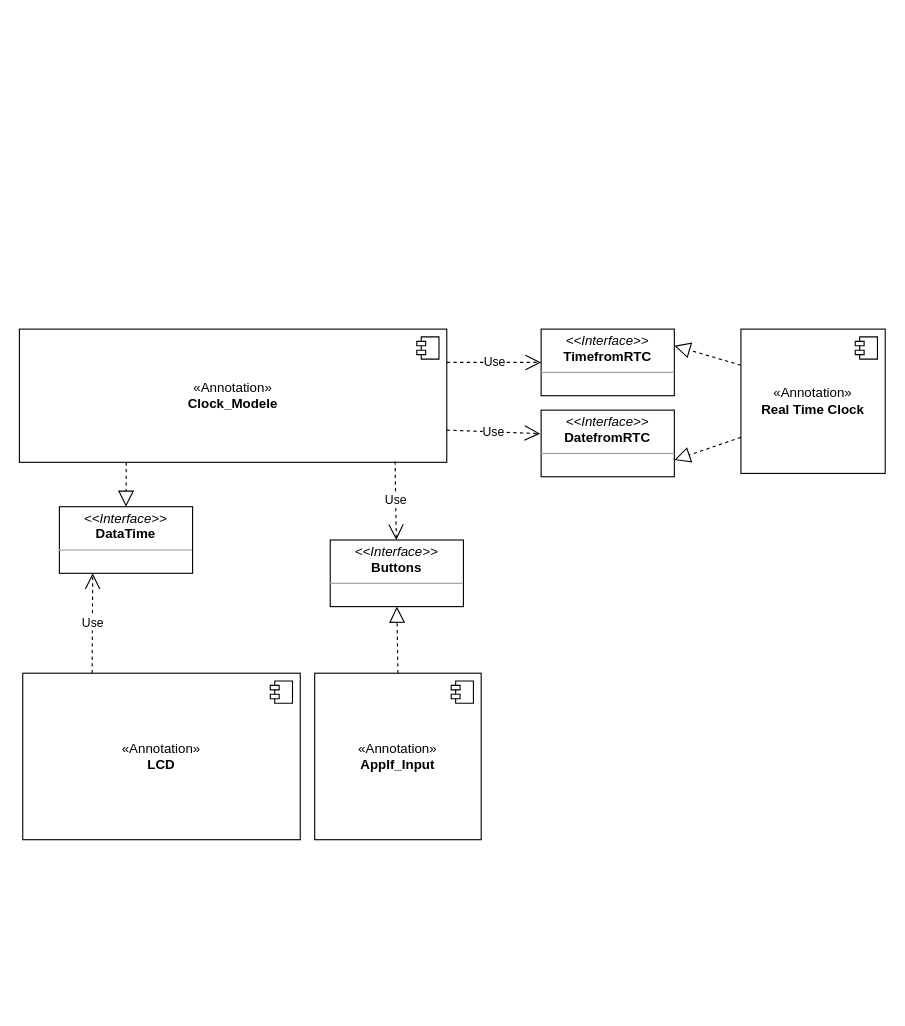
Before: Documents/Untitled Diagram.drawio in jrr30/STM32F44_Digital_Clock, a draw.io diagram. Source tidied: cells renumbered, new cells numbered last; positions are measured from the earlier drawing's top-left corner, leaving out a move shared by most shapes. Both pictures are drawn from the tidied source at 111%, with x=0, y=0 at pixel (19, 329).
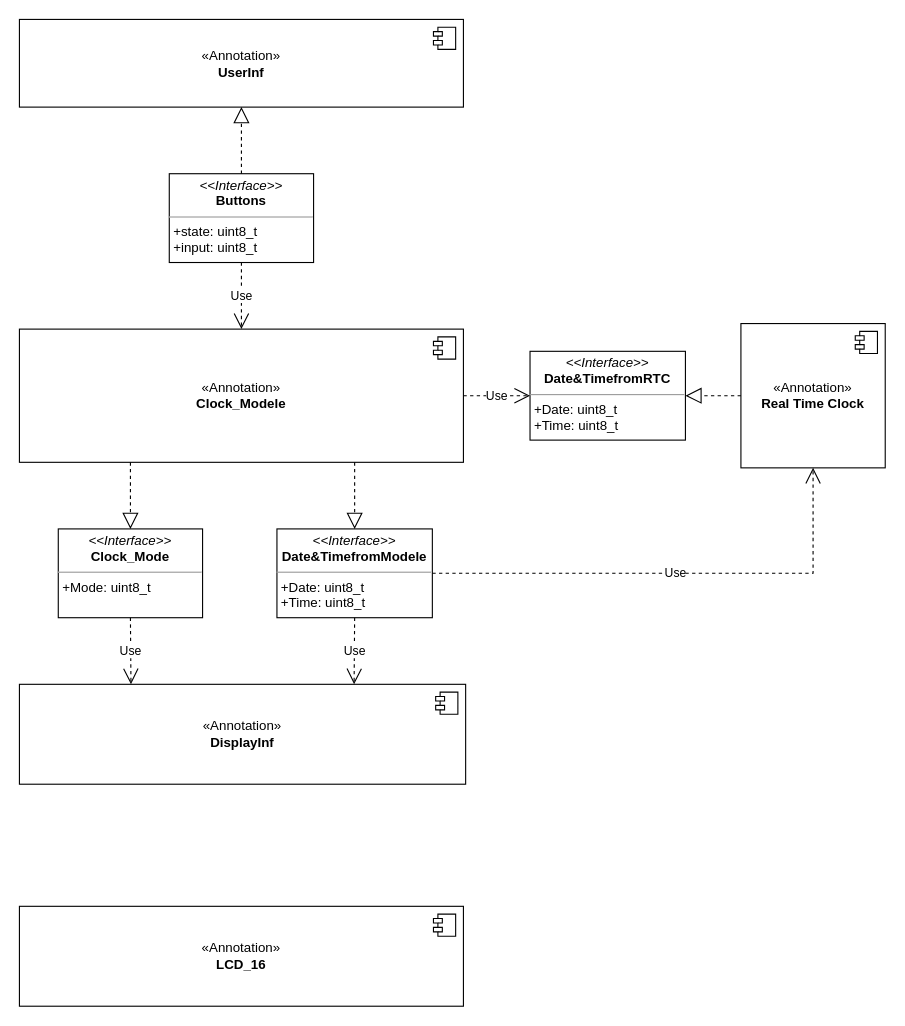
Above is the later version.

Diff of the diagram source:
```diff
@@
     <mxCell id="2" value="«Annotation»&lt;br&gt;&lt;b&gt;Clock_Modele&lt;/b&gt;" style="html=1;whiteSpace=wrap;" parent="1" vertex="1">
-      <mxGeometry width="385" height="120" as="geometry" />
+      <mxGeometry width="400" height="120" as="geometry" />
     </mxCell>
@@
-    <mxCell id="4" value="«Annotation»&lt;br&gt;&lt;b&gt;AppIf_Input&lt;/b&gt;" style="html=1;whiteSpace=wrap;" parent="1" vertex="1">
-      <mxGeometry x="266" y="310" width="150" height="150" as="geometry" />
-    </mxCell>
-    <mxCell id="5" style="shape=module;jettyWidth=8;jettyHeight=4;" parent="4" vertex="1">
-      <mxGeometry x="1" width="20" height="20" relative="1" as="geometry">
-        <mxPoint x="-27" y="7" as="offset" />
-      </mxGeometry>
-    </mxCell>
-    <mxCell id="6" value="«Annotation»&lt;br&gt;&lt;b&gt;LCD&lt;br&gt;&lt;/b&gt;" style="html=1;whiteSpace=wrap;" parent="1" vertex="1">
-      <mxGeometry x="3" y="310" width="250" height="150" as="geometry" />
+    <mxCell id="6" value="«Annotation»&lt;br&gt;&lt;b&gt;DisplayInf&lt;br&gt;&lt;/b&gt;" style="html=1;whiteSpace=wrap;" parent="1" vertex="1">
+      <mxGeometry y="320" width="402" height="90" as="geometry" />
     </mxCell>
@@
     <mxCell id="8" value="«Annotation»&lt;br&gt;&lt;b&gt;Real Time Clock&lt;/b&gt;" style="html=1;whiteSpace=wrap;" parent="1" vertex="1">
-      <mxGeometry x="650" width="130" height="130" as="geometry" />
+      <mxGeometry x="650" y="-5" width="130" height="130" as="geometry" />
     </mxCell>
@@
-    <mxCell id="10" value="&lt;p style=&quot;margin:0px;margin-top:4px;text-align:center;&quot;&gt;&lt;i&gt;&amp;lt;&amp;lt;Interface&amp;gt;&amp;gt;&lt;/i&gt;&lt;br&gt;&lt;b&gt;DataTime&lt;/b&gt;&lt;/p&gt;&lt;hr size=&quot;1&quot;&gt;&lt;p style=&quot;margin:0px;margin-left:4px;&quot;&gt;&lt;br&gt;&lt;/p&gt;" style="verticalAlign=top;align=left;overflow=fill;fontSize=12;fontFamily=Helvetica;html=1;whiteSpace=wrap;" parent="1" vertex="1">
-      <mxGeometry x="36" y="160" width="120" height="60" as="geometry" />
-    </mxCell>
-    <mxCell id="11" value="Use" style="endArrow=open;endSize=12;dashed=1;html=1;rounded=0;exitX=0.25;exitY=0;exitDx=0;exitDy=0;entryX=0.25;entryY=1;entryDx=0;entryDy=0;" parent="1" edge="1" source="6" target="10">
-      <mxGeometry relative="1" as="geometry" />
-    </mxCell>
-    <mxCell id="12" style="endArrow=block;dashed=1;endFill=0;endSize=12;html=1;rounded=0;exitX=0.25;exitY=1;exitDx=0;exitDy=0;entryX=0.5;entryY=0;entryDx=0;entryDy=0;" parent="1" edge="1" source="2" target="10">
-      <mxGeometry relative="1" as="geometry" />
-    </mxCell>
-    <mxCell id="13" value="&lt;p style=&quot;margin:0px;margin-top:4px;text-align:center;&quot;&gt;&lt;i&gt;&amp;lt;&amp;lt;Interface&amp;gt;&amp;gt;&lt;/i&gt;&lt;br&gt;&lt;b&gt;TimefromRTC&lt;/b&gt;&lt;/p&gt;&lt;hr size=&quot;1&quot;&gt;&lt;p style=&quot;margin:0px;margin-left:4px;&quot;&gt;&lt;br&gt;&lt;/p&gt;" style="verticalAlign=top;align=left;overflow=fill;fontSize=12;fontFamily=Helvetica;html=1;whiteSpace=wrap;" parent="1" vertex="1">
-      <mxGeometry x="470" width="120" height="60" as="geometry" />
+    <mxCell id="13" value="&lt;p style=&quot;margin:0px;margin-top:4px;text-align:center;&quot;&gt;&lt;i&gt;&amp;lt;&amp;lt;Interface&amp;gt;&amp;gt;&lt;/i&gt;&lt;br&gt;&lt;b style=&quot;border-color: var(--border-color);&quot;&gt;Date&amp;amp;TimefromRTC&lt;/b&gt;&lt;/p&gt;&lt;hr size=&quot;1&quot;&gt;&lt;p style=&quot;border-color: var(--border-color); margin: 0px 0px 0px 4px;&quot;&gt;+Date: uint8_t&lt;/p&gt;&lt;p style=&quot;border-color: var(--border-color); margin: 0px 0px 0px 4px;&quot;&gt;+Time: uint8_t&lt;/p&gt;" style="verticalAlign=top;align=left;overflow=fill;fontSize=12;fontFamily=Helvetica;html=1;whiteSpace=wrap;" parent="1" vertex="1">
+      <mxGeometry x="460" y="20" width="140" height="80" as="geometry" />
     </mxCell>
-    <mxCell id="14" value="&lt;p style=&quot;margin:0px;margin-top:4px;text-align:center;&quot;&gt;&lt;i&gt;&amp;lt;&amp;lt;Interface&amp;gt;&amp;gt;&lt;/i&gt;&lt;br&gt;&lt;b&gt;DatefromRTC&lt;/b&gt;&lt;/p&gt;&lt;hr size=&quot;1&quot;&gt;&lt;p style=&quot;margin:0px;margin-left:4px;&quot;&gt;&lt;br&gt;&lt;/p&gt;" style="verticalAlign=top;align=left;overflow=fill;fontSize=12;fontFamily=Helvetica;html=1;whiteSpace=wrap;" parent="1" vertex="1">
-      <mxGeometry x="470" y="73" width="120" height="60" as="geometry" />
-    </mxCell>
-    <mxCell id="15" value="Use" style="endArrow=open;endSize=12;dashed=1;html=1;rounded=0;exitX=1;exitY=0.25;exitDx=0;exitDy=0;entryX=0;entryY=0.5;entryDx=0;entryDy=0;" parent="1" edge="1" source="2" target="13">
+    <mxCell id="15" value="Use" style="endArrow=open;endSize=12;dashed=1;html=1;rounded=0;exitX=1;exitY=0.5;exitDx=0;exitDy=0;entryX=0;entryY=0.5;entryDx=0;entryDy=0;" parent="1" edge="1" source="2" target="13">
       <mxGeometry relative="1" as="geometry" />
     </mxCell>
-    <mxCell id="16" value="Use" style="endArrow=open;endSize=12;dashed=1;html=1;rounded=0;exitX=1;exitY=0.75;exitDx=0;exitDy=0;entryX=-0.007;entryY=0.353;entryDx=0;entryDy=0;entryPerimeter=0;" parent="1" edge="1" target="14">
-      <mxGeometry relative="1" as="geometry">
-        <mxPoint x="385" y="91" as="sourcePoint" />
-      </mxGeometry>
-    </mxCell>
-    <mxCell id="17" style="endArrow=block;dashed=1;endFill=0;endSize=12;html=1;rounded=0;exitX=0;exitY=0.25;exitDx=0;exitDy=0;entryX=1;entryY=0.25;entryDx=0;entryDy=0;" parent="1" edge="1" source="8" target="13">
+    <mxCell id="17" style="endArrow=block;dashed=1;endFill=0;endSize=12;html=1;rounded=0;exitX=0;exitY=0.5;exitDx=0;exitDy=0;entryX=1;entryY=0.5;entryDx=0;entryDy=0;" parent="1" edge="1" source="8" target="13">
       <mxGeometry relative="1" as="geometry" />
     </mxCell>
-    <mxCell id="18" style="endArrow=block;dashed=1;endFill=0;endSize=12;html=1;rounded=0;exitX=0;exitY=0.75;exitDx=0;exitDy=0;entryX=1;entryY=0.75;entryDx=0;entryDy=0;" parent="1" edge="1" source="8" target="14">
-      <mxGeometry relative="1" as="geometry" />
-    </mxCell>
-    <mxCell id="19" value="&lt;p style=&quot;margin:0px;margin-top:4px;text-align:center;&quot;&gt;&lt;i&gt;&amp;lt;&amp;lt;Interface&amp;gt;&amp;gt;&lt;/i&gt;&lt;br&gt;&lt;b&gt;Buttons&lt;/b&gt;&lt;/p&gt;&lt;hr size=&quot;1&quot;&gt;&lt;p style=&quot;margin:0px;margin-left:4px;&quot;&gt;&lt;br&gt;&lt;/p&gt;" style="verticalAlign=top;align=left;overflow=fill;fontSize=12;fontFamily=Helvetica;html=1;whiteSpace=wrap;" parent="1" vertex="1">
-      <mxGeometry x="280" y="190" width="120" height="60" as="geometry" />
-    </mxCell>
-    <mxCell id="20" value="Use" style="endArrow=open;endSize=12;dashed=1;html=1;rounded=0;exitX=0.879;exitY=0.993;exitDx=0;exitDy=0;exitPerimeter=0;" parent="1" edge="1" source="2" target="19">
-      <mxGeometry relative="1" as="geometry" />
-    </mxCell>
-    <mxCell id="21" style="endArrow=block;dashed=1;endFill=0;endSize=12;html=1;rounded=0;exitX=0.5;exitY=0;exitDx=0;exitDy=0;entryX=0.5;entryY=1;entryDx=0;entryDy=0;" parent="1" edge="1" source="4" target="19">
-      <mxGeometry relative="1" as="geometry" />
-    </mxCell>
+    <mxCell id="22" value="«Annotation»&lt;br&gt;&lt;b&gt;UserInf&lt;/b&gt;" style="html=1;whiteSpace=wrap;" parent="1" vertex="1">
+      <mxGeometry y="-279" width="400" height="79" as="geometry" />
+    </mxCell>
+    <mxCell id="23" style="shape=module;jettyWidth=8;jettyHeight=4;" parent="22" vertex="1">
+      <mxGeometry x="1" width="20" height="20" relative="1" as="geometry">
+        <mxPoint x="-27" y="7" as="offset" />
+      </mxGeometry>
+    </mxCell>
+    <mxCell id="24" value="&lt;p style=&quot;margin:0px;margin-top:4px;text-align:center;&quot;&gt;&lt;i&gt;&amp;lt;&amp;lt;Interface&amp;gt;&amp;gt;&lt;/i&gt;&lt;br&gt;&lt;b&gt;Buttons&lt;/b&gt;&lt;/p&gt;&lt;hr size=&quot;1&quot;&gt;&lt;p style=&quot;margin:0px;margin-left:4px;&quot;&gt;+state: uint8_t&lt;/p&gt;&lt;p style=&quot;margin:0px;margin-left:4px;&quot;&gt;+input: uint8_t&lt;/p&gt;" style="verticalAlign=top;align=left;overflow=fill;fontSize=12;fontFamily=Helvetica;html=1;whiteSpace=wrap;" parent="1" vertex="1">
+      <mxGeometry x="135" y="-140" width="130" height="80" as="geometry" />
+    </mxCell>
+    <mxCell id="25" style="endArrow=block;dashed=1;endFill=0;endSize=12;html=1;rounded=0;exitX=0.5;exitY=0;exitDx=0;exitDy=0;" parent="1" edge="1" source="24" target="22">
+      <mxGeometry relative="1" as="geometry" />
+    </mxCell>
+    <mxCell id="26" value="Use" style="endArrow=open;endSize=12;dashed=1;html=1;rounded=0;exitX=0.5;exitY=1;exitDx=0;exitDy=0;entryX=0.5;entryY=0;entryDx=0;entryDy=0;" parent="1" edge="1" source="24" target="2">
+      <mxGeometry relative="1" as="geometry" />
+    </mxCell>
+    <mxCell id="27" value="&lt;p style=&quot;margin:0px;margin-top:4px;text-align:center;&quot;&gt;&lt;i&gt;&amp;lt;&amp;lt;Interface&amp;gt;&amp;gt;&lt;/i&gt;&lt;br&gt;&lt;b&gt;Date&amp;amp;TimefromModele&lt;/b&gt;&lt;/p&gt;&lt;hr size=&quot;1&quot;&gt;&lt;p style=&quot;margin:0px;margin-left:4px;&quot;&gt;+Date: uint8_t&lt;/p&gt;&lt;p style=&quot;margin:0px;margin-left:4px;&quot;&gt;+Time: uint8_t&lt;/p&gt;" style="verticalAlign=top;align=left;overflow=fill;fontSize=12;fontFamily=Helvetica;html=1;whiteSpace=wrap;" parent="1" vertex="1">
+      <mxGeometry x="232" y="180" width="140" height="80" as="geometry" />
+    </mxCell>
+    <mxCell id="28" value="Use" style="endArrow=open;endSize=12;dashed=1;html=1;rounded=0;exitX=1;exitY=0.5;exitDx=0;exitDy=0;entryX=0.5;entryY=1;entryDx=0;entryDy=0;" parent="1" edge="1" source="27" target="8">
+      <mxGeometry relative="1" as="geometry">
+        <Array as="points">
+          <mxPoint x="715" y="220" />
+        </Array>
+      </mxGeometry>
+    </mxCell>
+    <mxCell id="29" value="Use" style="endArrow=open;endSize=12;dashed=1;html=1;rounded=0;exitX=0.5;exitY=1;exitDx=0;exitDy=0;entryX=0.75;entryY=0;entryDx=0;entryDy=0;" parent="1" edge="1" source="27" target="6">
+      <mxGeometry relative="1" as="geometry" />
+    </mxCell>
+    <mxCell id="30" style="endArrow=block;dashed=1;endFill=0;endSize=12;html=1;rounded=0;exitX=0.75;exitY=1;exitDx=0;exitDy=0;entryX=0.5;entryY=0;entryDx=0;entryDy=0;" parent="1" edge="1" target="27">
+      <mxGeometry relative="1" as="geometry">
+        <mxPoint x="302" y="120" as="sourcePoint" />
+      </mxGeometry>
+    </mxCell>
+    <mxCell id="31" value="«Annotation»&lt;br&gt;&lt;b&gt;LCD_16&lt;br&gt;&lt;/b&gt;" style="html=1;whiteSpace=wrap;" parent="1" vertex="1">
+      <mxGeometry y="520" width="400" height="90" as="geometry" />
+    </mxCell>
+    <mxCell id="32" style="shape=module;jettyWidth=8;jettyHeight=4;" parent="31" vertex="1">
+      <mxGeometry x="1" width="20" height="20" relative="1" as="geometry">
+        <mxPoint x="-27" y="7" as="offset" />
+      </mxGeometry>
+    </mxCell>
+    <mxCell id="33" value="&lt;p style=&quot;margin:0px;margin-top:4px;text-align:center;&quot;&gt;&lt;i&gt;&amp;lt;&amp;lt;Interface&amp;gt;&amp;gt;&lt;/i&gt;&lt;br&gt;&lt;b&gt;Clock_Mode&lt;/b&gt;&lt;/p&gt;&lt;hr size=&quot;1&quot;&gt;&lt;p style=&quot;margin:0px;margin-left:4px;&quot;&gt;&lt;span style=&quot;background-color: initial;&quot;&gt;+Mode: uint8_t&lt;/span&gt;&lt;br&gt;&lt;/p&gt;" style="verticalAlign=top;align=left;overflow=fill;fontSize=12;fontFamily=Helvetica;html=1;whiteSpace=wrap;" parent="1" vertex="1">
+      <mxGeometry x="35" y="180" width="130" height="80" as="geometry" />
+    </mxCell>
+    <mxCell id="34" value="Use" style="endArrow=open;endSize=12;dashed=1;html=1;rounded=0;exitX=0.5;exitY=1;exitDx=0;exitDy=0;entryX=0.25;entryY=0;entryDx=0;entryDy=0;" parent="1" edge="1" source="33" target="6">
+      <mxGeometry relative="1" as="geometry" />
+    </mxCell>
+    <mxCell id="35" style="endArrow=block;dashed=1;endFill=0;endSize=12;html=1;rounded=0;exitX=0.25;exitY=1;exitDx=0;exitDy=0;" parent="1" edge="1" source="2" target="33">
+      <mxGeometry relative="1" as="geometry" />
+    </mxCell>
```
